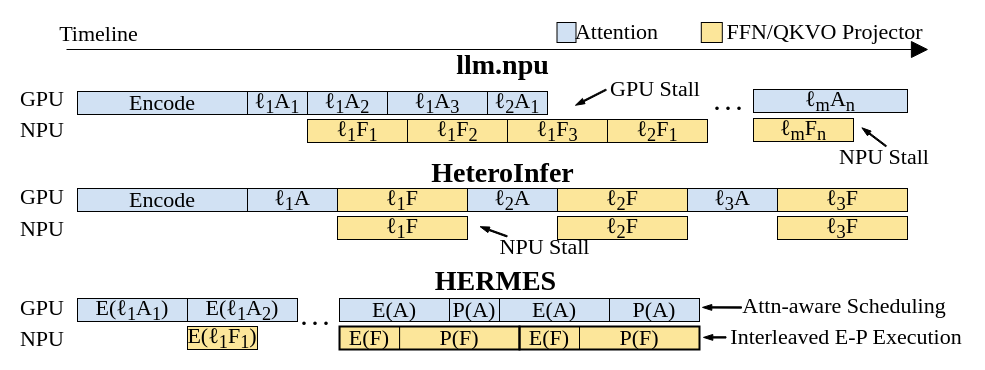
Above: figures/pipeline_new.drawio in icszhr/hermes (draw.io), before the change. Source tidied: cells renumbered, new cells numbered last; positions are measured from the earlier drawing's top-left corner, leaving out a move shared by most shapes. Both pictures are drawn from the tidied source at 100%, with x=0, y=0 at pixel (17, 17).
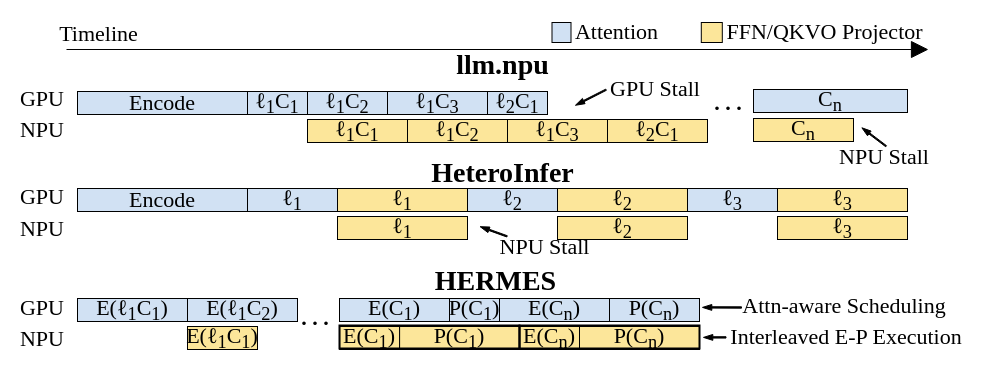
The same page after the edit.

The edit, as a diff of the source:
```diff
@@
-    <mxCell id="15" value="&lt;font&gt;ℓ&lt;/font&gt;&lt;sub&gt;1&lt;/sub&gt;A&lt;sub&gt;1&lt;/sub&gt;" style="rounded=0;whiteSpace=wrap;html=1;fillColor=#D1E1F3;fontFamily=Times New Roman;fontSize=22;" parent="1" vertex="1">
+    <mxCell id="15" value="&lt;font&gt;ℓ&lt;/font&gt;&lt;sub&gt;1&lt;/sub&gt;C&lt;sub&gt;1&lt;/sub&gt;" style="rounded=0;whiteSpace=wrap;html=1;fillColor=#D1E1F3;fontFamily=Times New Roman;fontSize=22;" parent="1" vertex="1">
       <mxGeometry x="230" y="74" width="60" height="23" as="geometry" />
     </mxCell>
-    <mxCell id="16" value="&lt;font&gt;ℓ&lt;/font&gt;&lt;sub&gt;1&lt;/sub&gt;F&lt;sub&gt;1&lt;/sub&gt;" style="rounded=0;whiteSpace=wrap;html=1;fillColor=light-dark(#fce69a, #222f3f);fontFamily=Times New Roman;fontSize=22;" parent="1" vertex="1">
+    <mxCell id="16" value="&lt;font&gt;ℓ&lt;/font&gt;&lt;sub&gt;1&lt;/sub&gt;C&lt;sub&gt;1&lt;/sub&gt;" style="rounded=0;whiteSpace=wrap;html=1;fillColor=light-dark(#fce69a, #222f3f);fontFamily=Times New Roman;fontSize=22;" parent="1" vertex="1">
       <mxGeometry x="290" y="102" width="100" height="23" as="geometry" />
     </mxCell>
-    <mxCell id="17" value="&lt;font&gt;ℓ&lt;/font&gt;&lt;sub&gt;1&lt;/sub&gt;F&lt;sub&gt;2&lt;/sub&gt;" style="rounded=0;whiteSpace=wrap;html=1;fillColor=light-dark(#fce69a, #222f3f);fontFamily=Times New Roman;fontSize=22;" parent="1" vertex="1">
+    <mxCell id="17" value="&lt;font&gt;ℓ&lt;/font&gt;&lt;sub&gt;1&lt;/sub&gt;C&lt;sub&gt;2&lt;/sub&gt;" style="rounded=0;whiteSpace=wrap;html=1;fillColor=light-dark(#fce69a, #222f3f);fontFamily=Times New Roman;fontSize=22;" parent="1" vertex="1">
       <mxGeometry x="390" y="102" width="100" height="23" as="geometry" />
     </mxCell>
-    <mxCell id="18" value="&lt;font&gt;ℓ&lt;/font&gt;&lt;sub&gt;1&lt;/sub&gt;F&lt;sub&gt;3&lt;/sub&gt;" style="rounded=0;whiteSpace=wrap;html=1;fillColor=light-dark(#fce69a, #222f3f);fontFamily=Times New Roman;fontSize=22;" parent="1" vertex="1">
+    <mxCell id="18" value="&lt;font&gt;ℓ&lt;/font&gt;&lt;sub&gt;1&lt;/sub&gt;C&lt;sub&gt;3&lt;/sub&gt;" style="rounded=0;whiteSpace=wrap;html=1;fillColor=light-dark(#fce69a, #222f3f);fontFamily=Times New Roman;fontSize=22;" parent="1" vertex="1">
       <mxGeometry x="490" y="102" width="100" height="23" as="geometry" />
     </mxCell>
-    <mxCell id="19" value="&lt;font&gt;ℓ&lt;/font&gt;&lt;sub&gt;1&lt;/sub&gt;A&lt;sub&gt;2&lt;/sub&gt;" style="rounded=0;whiteSpace=wrap;html=1;fillColor=#D1E1F3;fontFamily=Times New Roman;fontSize=22;" parent="1" vertex="1">
+    <mxCell id="19" value="&lt;font&gt;ℓ&lt;/font&gt;&lt;sub&gt;1&lt;/sub&gt;C&lt;sub&gt;2&lt;/sub&gt;" style="rounded=0;whiteSpace=wrap;html=1;fillColor=#D1E1F3;fontFamily=Times New Roman;fontSize=22;" parent="1" vertex="1">
       <mxGeometry x="290" y="74" width="80" height="23" as="geometry" />
     </mxCell>
-    <mxCell id="20" value="&lt;font&gt;ℓ&lt;/font&gt;&lt;sub&gt;1&lt;/sub&gt;A&lt;sub&gt;3&lt;/sub&gt;" style="rounded=0;whiteSpace=wrap;html=1;fillColor=#D1E1F3;fontFamily=Times New Roman;fontSize=22;" parent="1" vertex="1">
+    <mxCell id="20" value="&lt;font&gt;ℓ&lt;/font&gt;&lt;sub&gt;1&lt;/sub&gt;C&lt;sub&gt;3&lt;/sub&gt;" style="rounded=0;whiteSpace=wrap;html=1;fillColor=#D1E1F3;fontFamily=Times New Roman;fontSize=22;" parent="1" vertex="1">
       <mxGeometry x="370" y="74" width="100" height="23" as="geometry" />
     </mxCell>
-    <mxCell id="21" value="&lt;font&gt;ℓ&lt;/font&gt;&lt;sub&gt;2&lt;/sub&gt;A&lt;sub&gt;1&lt;/sub&gt;" style="rounded=0;whiteSpace=wrap;html=1;fillColor=#D1E1F3;fontFamily=Times New Roman;fontSize=22;" parent="1" vertex="1">
+    <mxCell id="21" value="&lt;font&gt;ℓ&lt;/font&gt;&lt;sub&gt;2&lt;/sub&gt;C&lt;sub&gt;1&lt;/sub&gt;" style="rounded=0;whiteSpace=wrap;html=1;fillColor=#D1E1F3;fontFamily=Times New Roman;fontSize=22;" parent="1" vertex="1">
       <mxGeometry x="470" y="74" width="60" height="23" as="geometry" />
     </mxCell>
-    <mxCell id="22" value="&lt;font&gt;ℓ&lt;/font&gt;&lt;sub&gt;2&lt;/sub&gt;F&lt;sub&gt;1&lt;/sub&gt;" style="rounded=0;whiteSpace=wrap;html=1;fillColor=light-dark(#fce69a, #222f3f);fontFamily=Times New Roman;fontSize=22;" parent="1" vertex="1">
+    <mxCell id="22" value="&lt;font&gt;ℓ&lt;/font&gt;&lt;sub&gt;2&lt;/sub&gt;C&lt;sub&gt;1&lt;/sub&gt;" style="rounded=0;whiteSpace=wrap;html=1;fillColor=light-dark(#fce69a, #222f3f);fontFamily=Times New Roman;fontSize=22;" parent="1" vertex="1">
       <mxGeometry x="590" y="102" width="100" height="23" as="geometry" />
     </mxCell>
-    <mxCell id="23" value="&lt;font&gt;ℓ&lt;/font&gt;&lt;sub&gt;m&lt;/sub&gt;A&lt;sub&gt;n&lt;/sub&gt;" style="rounded=0;whiteSpace=wrap;html=1;fillColor=#D1E1F3;fontFamily=Times New Roman;fontSize=22;" parent="1" vertex="1">
+    <mxCell id="23" value="C&lt;sub&gt;n&lt;/sub&gt;" style="rounded=0;whiteSpace=wrap;html=1;fillColor=#D1E1F3;fontFamily=Times New Roman;fontSize=22;" parent="1" vertex="1">
       <mxGeometry x="736" y="72" width="154" height="23" as="geometry" />
     </mxCell>
@@
-    <mxCell id="25" value="&lt;font&gt;ℓ&lt;/font&gt;&lt;sub&gt;m&lt;/sub&gt;F&lt;sub&gt;n&lt;/sub&gt;" style="rounded=0;whiteSpace=wrap;html=1;fillColor=light-dark(#fce69a, #222f3f);fontFamily=Times New Roman;fontSize=22;" parent="1" vertex="1">
+    <mxCell id="25" value="C&lt;sub&gt;n&lt;/sub&gt;" style="rounded=0;whiteSpace=wrap;html=1;fillColor=light-dark(#fce69a, #222f3f);fontFamily=Times New Roman;fontSize=22;" parent="1" vertex="1">
       <mxGeometry x="736" y="101" width="100" height="23" as="geometry" />
     </mxCell>
@@
-    <mxCell id="28" value="&lt;font&gt;ℓ&lt;/font&gt;&lt;sub&gt;1&lt;/sub&gt;A" style="rounded=0;whiteSpace=wrap;html=1;fillColor=#D1E1F3;fontFamily=Times New Roman;fontSize=22;" parent="1" vertex="1">
+    <mxCell id="28" value="&lt;font&gt;ℓ&lt;/font&gt;&lt;sub&gt;1&lt;/sub&gt;" style="rounded=0;whiteSpace=wrap;html=1;fillColor=#D1E1F3;fontFamily=Times New Roman;fontSize=22;" parent="1" vertex="1">
       <mxGeometry x="230" y="171" width="90" height="23" as="geometry" />
     </mxCell>
-    <mxCell id="29" value="E(F)" style="rounded=0;whiteSpace=wrap;html=1;fillColor=light-dark(#fce69a, #222f3f);fontFamily=Times New Roman;fontSize=22;" parent="1" vertex="1">
+    <mxCell id="29" value="E(C&lt;sub&gt;1&lt;/sub&gt;)" style="rounded=0;whiteSpace=wrap;html=1;fillColor=light-dark(#fce69a, #222f3f);fontFamily=Times New Roman;fontSize=22;" parent="1" vertex="1">
       <mxGeometry x="322.1" y="309" width="60" height="23" as="geometry" />
     </mxCell>
-    <mxCell id="30" value="&lt;font&gt;E(ℓ&lt;/font&gt;&lt;sub&gt;1&lt;/sub&gt;A&lt;sub&gt;1&lt;/sub&gt;)" style="rounded=0;whiteSpace=wrap;html=1;fillColor=#D1E1F3;fontFamily=Times New Roman;fontSize=22;" parent="1" vertex="1">
+    <mxCell id="30" value="&lt;font&gt;E(ℓ&lt;/font&gt;&lt;sub&gt;1&lt;/sub&gt;C&lt;sub&gt;1&lt;/sub&gt;)" style="rounded=0;whiteSpace=wrap;html=1;fillColor=#D1E1F3;fontFamily=Times New Roman;fontSize=22;" parent="1" vertex="1">
       <mxGeometry x="60" y="281" width="110" height="23" as="geometry" />
     </mxCell>
-    <mxCell id="31" value="P(F)" style="rounded=0;whiteSpace=wrap;html=1;fillColor=light-dark(#fce69a, #222f3f);fontFamily=Times New Roman;fontSize=22;" parent="1" vertex="1">
+    <mxCell id="31" value="P(C&lt;sub&gt;1&lt;/sub&gt;)" style="rounded=0;whiteSpace=wrap;html=1;fillColor=light-dark(#fce69a, #222f3f);fontFamily=Times New Roman;fontSize=22;" parent="1" vertex="1">
       <mxGeometry x="382.1" y="309" width="120" height="23" as="geometry" />
     </mxCell>
-    <mxCell id="32" value="&lt;font&gt;ℓ&lt;/font&gt;&lt;sub&gt;1&lt;/sub&gt;F" style="rounded=0;whiteSpace=wrap;html=1;fillColor=light-dark(#fce69a, #222f3f);fontFamily=Times New Roman;fontSize=22;" parent="1" vertex="1">
+    <mxCell id="32" value="&lt;font&gt;ℓ&lt;/font&gt;&lt;sub&gt;1&lt;/sub&gt;" style="rounded=0;whiteSpace=wrap;html=1;fillColor=light-dark(#fce69a, #222f3f);fontFamily=Times New Roman;fontSize=22;" parent="1" vertex="1">
       <mxGeometry x="320" y="199" width="130" height="23" as="geometry" />
     </mxCell>
-    <mxCell id="33" value="&lt;font&gt;ℓ&lt;/font&gt;&lt;sub&gt;1&lt;/sub&gt;F" style="rounded=0;whiteSpace=wrap;html=1;fillColor=light-dark(#fce69a, #222f3f);fontFamily=Times New Roman;fontSize=22;" parent="1" vertex="1">
+    <mxCell id="33" value="&lt;font&gt;ℓ&lt;/font&gt;&lt;sub&gt;1&lt;/sub&gt;" style="rounded=0;whiteSpace=wrap;html=1;fillColor=light-dark(#fce69a, #222f3f);fontFamily=Times New Roman;fontSize=22;" parent="1" vertex="1">
       <mxGeometry x="320" y="171" width="130" height="23" as="geometry" />
     </mxCell>
-    <mxCell id="34" value="&lt;font&gt;ℓ&lt;/font&gt;&lt;sub&gt;2&lt;/sub&gt;A" style="rounded=0;whiteSpace=wrap;html=1;fillColor=#D1E1F3;fontFamily=Times New Roman;fontSize=22;" parent="1" vertex="1">
+    <mxCell id="34" value="&lt;font&gt;ℓ&lt;/font&gt;&lt;sub&gt;2&lt;/sub&gt;" style="rounded=0;whiteSpace=wrap;html=1;fillColor=#D1E1F3;fontFamily=Times New Roman;fontSize=22;" parent="1" vertex="1">
       <mxGeometry x="450" y="171" width="90" height="23" as="geometry" />
     </mxCell>
-    <mxCell id="35" value="&lt;font&gt;ℓ&lt;/font&gt;&lt;sub&gt;2&lt;/sub&gt;F" style="rounded=0;whiteSpace=wrap;html=1;fillColor=light-dark(#fce69a, #222f3f);fontFamily=Times New Roman;fontSize=22;" parent="1" vertex="1">
+    <mxCell id="35" value="&lt;font&gt;ℓ&lt;/font&gt;&lt;sub&gt;2&lt;/sub&gt;" style="rounded=0;whiteSpace=wrap;html=1;fillColor=light-dark(#fce69a, #222f3f);fontFamily=Times New Roman;fontSize=22;" parent="1" vertex="1">
       <mxGeometry x="540" y="199" width="130" height="23" as="geometry" />
     </mxCell>
-    <mxCell id="36" value="&lt;font&gt;ℓ&lt;/font&gt;&lt;sub&gt;2&lt;/sub&gt;F" style="rounded=0;whiteSpace=wrap;html=1;fillColor=light-dark(#fce69a, #222f3f);fontFamily=Times New Roman;fontSize=22;" parent="1" vertex="1">
+    <mxCell id="36" value="&lt;font&gt;ℓ&lt;/font&gt;&lt;sub&gt;2&lt;/sub&gt;" style="rounded=0;whiteSpace=wrap;html=1;fillColor=light-dark(#fce69a, #222f3f);fontFamily=Times New Roman;fontSize=22;" parent="1" vertex="1">
       <mxGeometry x="540" y="171" width="130" height="23" as="geometry" />
     </mxCell>
-    <mxCell id="37" value="&lt;font&gt;ℓ&lt;/font&gt;&lt;sub&gt;3&lt;/sub&gt;A" style="rounded=0;whiteSpace=wrap;html=1;fillColor=#D1E1F3;fontFamily=Times New Roman;fontSize=22;" parent="1" vertex="1">
+    <mxCell id="37" value="&lt;font&gt;ℓ&lt;/font&gt;&lt;sub&gt;3&lt;/sub&gt;" style="rounded=0;whiteSpace=wrap;html=1;fillColor=#D1E1F3;fontFamily=Times New Roman;fontSize=22;" parent="1" vertex="1">
       <mxGeometry x="670" y="171" width="90" height="23" as="geometry" />
     </mxCell>
-    <mxCell id="38" value="&lt;font&gt;ℓ&lt;/font&gt;&lt;sub&gt;3&lt;/sub&gt;F" style="rounded=0;whiteSpace=wrap;html=1;fillColor=light-dark(#fce69a, #222f3f);fontFamily=Times New Roman;fontSize=22;" parent="1" vertex="1">
+    <mxCell id="38" value="&lt;font&gt;ℓ&lt;/font&gt;&lt;sub&gt;3&lt;/sub&gt;" style="rounded=0;whiteSpace=wrap;html=1;fillColor=light-dark(#fce69a, #222f3f);fontFamily=Times New Roman;fontSize=22;" parent="1" vertex="1">
       <mxGeometry x="760" y="199" width="130" height="23" as="geometry" />
     </mxCell>
-    <mxCell id="39" value="&lt;font&gt;ℓ&lt;/font&gt;&lt;sub&gt;3&lt;/sub&gt;F" style="rounded=0;whiteSpace=wrap;html=1;fillColor=light-dark(#fce69a, #222f3f);fontFamily=Times New Roman;fontSize=22;" parent="1" vertex="1">
+    <mxCell id="39" value="&lt;font&gt;ℓ&lt;/font&gt;&lt;sub&gt;3&lt;/sub&gt;" style="rounded=0;whiteSpace=wrap;html=1;fillColor=light-dark(#fce69a, #222f3f);fontFamily=Times New Roman;fontSize=22;" parent="1" vertex="1">
       <mxGeometry x="760" y="171" width="130" height="23" as="geometry" />
     </mxCell>
-    <mxCell id="40" value="E(ℓ&lt;sub&gt;1&lt;/sub&gt;F&lt;sub&gt;1&lt;/sub&gt;)" style="rounded=0;whiteSpace=wrap;html=1;fillColor=light-dark(#fce69a, #222f3f);fontFamily=Times New Roman;fontSize=22;" parent="1" vertex="1">
+    <mxCell id="40" value="E(ℓ&lt;sub&gt;1&lt;/sub&gt;C&lt;sub&gt;1&lt;/sub&gt;)" style="rounded=0;whiteSpace=wrap;html=1;fillColor=light-dark(#fce69a, #222f3f);fontFamily=Times New Roman;fontSize=22;" parent="1" vertex="1">
       <mxGeometry x="170" y="309" width="70" height="23" as="geometry" />
     </mxCell>
-    <mxCell id="41" value="&lt;font&gt;E(ℓ&lt;/font&gt;&lt;sub&gt;1&lt;/sub&gt;A&lt;sub&gt;2&lt;/sub&gt;)" style="rounded=0;whiteSpace=wrap;html=1;fillColor=#D1E1F3;fontFamily=Times New Roman;fontSize=22;" parent="1" vertex="1">
+    <mxCell id="41" value="&lt;font&gt;E(ℓ&lt;/font&gt;&lt;sub&gt;1&lt;/sub&gt;C&lt;sub&gt;2&lt;/sub&gt;)" style="rounded=0;whiteSpace=wrap;html=1;fillColor=#D1E1F3;fontFamily=Times New Roman;fontSize=22;" parent="1" vertex="1">
       <mxGeometry x="170" y="281" width="110" height="23" as="geometry" />
     </mxCell>
@@
-    <mxCell id="43" value="&lt;font&gt;E(A&lt;/font&gt;)" style="rounded=0;whiteSpace=wrap;html=1;fillColor=#D1E1F3;fontFamily=Times New Roman;fontSize=22;" parent="1" vertex="1">
+    <mxCell id="43" value="&lt;font&gt;E(&lt;/font&gt;C&lt;sub&gt;1&lt;/sub&gt;)" style="rounded=0;whiteSpace=wrap;html=1;fillColor=#D1E1F3;fontFamily=Times New Roman;fontSize=22;" parent="1" vertex="1">
       <mxGeometry x="322" y="281" width="110" height="23" as="geometry" />
     </mxCell>
-    <mxCell id="44" value="&lt;font&gt;P(A&lt;/font&gt;)" style="rounded=0;whiteSpace=wrap;html=1;fillColor=#D1E1F3;fontFamily=Times New Roman;fontSize=22;" parent="1" vertex="1">
+    <mxCell id="44" value="&lt;font&gt;P(&lt;/font&gt;C&lt;sub&gt;1&lt;/sub&gt;)" style="rounded=0;whiteSpace=wrap;html=1;fillColor=#D1E1F3;fontFamily=Times New Roman;fontSize=22;" parent="1" vertex="1">
       <mxGeometry x="432" y="281" width="50" height="23" as="geometry" />
     </mxCell>
@@
-    <mxCell id="49" value="&lt;font&gt;P(A&lt;/font&gt;)" style="rounded=0;whiteSpace=wrap;html=1;fillColor=#D1E1F3;fontFamily=Times New Roman;fontSize=22;" parent="1" vertex="1">
+    <mxCell id="49" value="&lt;font&gt;P(&lt;/font&gt;C&lt;sub&gt;n&lt;/sub&gt;)" style="rounded=0;whiteSpace=wrap;html=1;fillColor=#D1E1F3;fontFamily=Times New Roman;fontSize=22;" parent="1" vertex="1">
       <mxGeometry x="592" y="281" width="90" height="23" as="geometry" />
     </mxCell>
-    <mxCell id="50" value="P(F)" style="rounded=0;whiteSpace=wrap;html=1;fillColor=light-dark(#fce69a, #222f3f);fontFamily=Times New Roman;fontSize=22;" parent="1" vertex="1">
+    <mxCell id="50" value="P(C&lt;sub&gt;n&lt;/sub&gt;)" style="rounded=0;whiteSpace=wrap;html=1;fillColor=light-dark(#fce69a, #222f3f);fontFamily=Times New Roman;fontSize=22;" parent="1" vertex="1">
       <mxGeometry x="562" y="309" width="120" height="23" as="geometry" />
     </mxCell>
-    <mxCell id="51" value="E(F)" style="rounded=0;whiteSpace=wrap;html=1;fillColor=light-dark(#fce69a, #222f3f);fontFamily=Times New Roman;fontSize=22;" parent="1" vertex="1">
+    <mxCell id="51" value="E(C&lt;sub&gt;n&lt;/sub&gt;)" style="rounded=0;whiteSpace=wrap;html=1;fillColor=light-dark(#fce69a, #222f3f);fontFamily=Times New Roman;fontSize=22;" parent="1" vertex="1">
       <mxGeometry x="502" y="309" width="60" height="23" as="geometry" />
     </mxCell>
-    <mxCell id="52" value="&lt;font&gt;E(A&lt;/font&gt;)" style="rounded=0;whiteSpace=wrap;html=1;fillColor=#D1E1F3;fontFamily=Times New Roman;fontSize=22;" parent="1" vertex="1">
+    <mxCell id="52" value="&lt;font&gt;E(&lt;/font&gt;C&lt;sub&gt;n&lt;/sub&gt;)" style="rounded=0;whiteSpace=wrap;html=1;fillColor=#D1E1F3;fontFamily=Times New Roman;fontSize=22;" parent="1" vertex="1">
       <mxGeometry x="482" y="281" width="110" height="23" as="geometry" />
     </mxCell>
@@
     <mxCell id="55" style="rounded=0;whiteSpace=wrap;html=1;fillColor=none;strokeWidth=2;fontFamily=Times New Roman;fontSize=22;" parent="1" vertex="1">
-      <mxGeometry x="502" y="309" width="180" height="23" as="geometry" />
+      <mxGeometry x="502" y="308" width="180" height="23" as="geometry" />
     </mxCell>
@@
     <mxCell id="58" style="rounded=0;whiteSpace=wrap;html=1;fillColor=light-dark(#d1e1f3, #ededed);fontFamily=Times New Roman;fontSize=22;" parent="1" vertex="1">
-      <mxGeometry x="539.5" y="5" width="19" height="20" as="geometry" />
+      <mxGeometry x="534.5" y="5" width="19" height="20" as="geometry" />
     </mxCell>
@@
     <mxCell id="62" style="rounded=0;whiteSpace=wrap;html=1;fillColor=none;strokeWidth=2;fontFamily=Times New Roman;fontSize=22;" parent="1" vertex="1">
-      <mxGeometry x="322" y="309" width="180" height="23" as="geometry" />
+      <mxGeometry x="322" y="308" width="180" height="23" as="geometry" />
     </mxCell>
```
